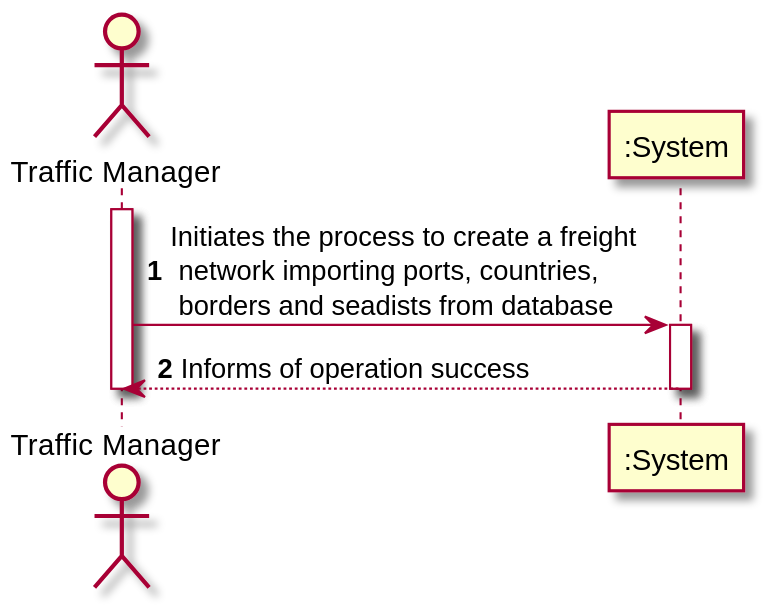
Above: docs/US301/US301_SSD.svg in 0franciscor/lapr3-2021-g042 (PlantUML), before the change. Source of this version:
```plantuml
@startuml

autonumber
actor "Traffic Manager" as TM


activate TM
TM -> ":System" : Initiates the process to create a freight \n network importing ports, countries,\n borders and seadists from database
activate ":System"

":System" --> TM : Informs of operation success
deactivate ":System"

deactivate TM

@enduml
```
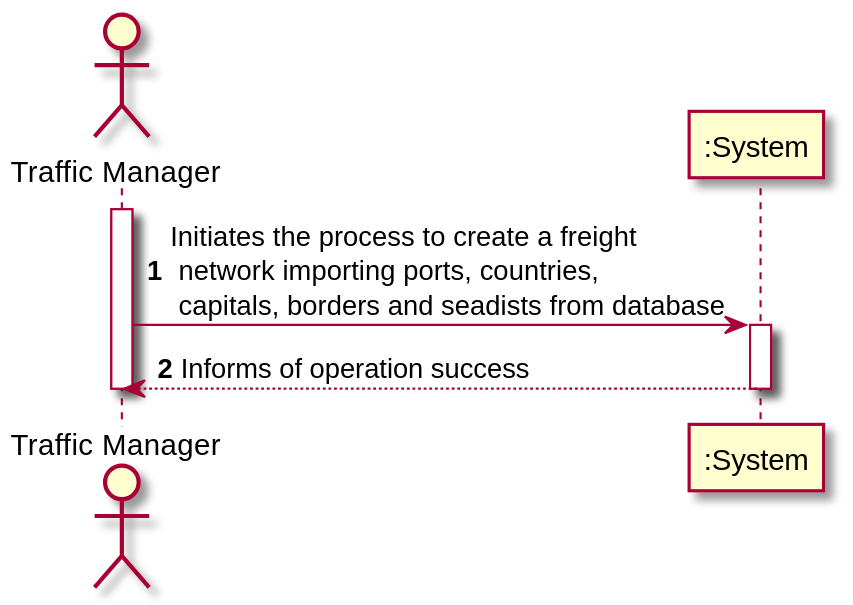
The same diagram one commit later.

What changed in the source:
```diff
@@ -5,7 +5,7 @@
 
 
 activate TM
-TM -> ":System" : Initiates the process to create a freight \n network importing ports, countries,\n borders and seadists from database
+TM -> ":System" : Initiates the process to create a freight \n network importing ports, countries,\n capitals, borders and seadists from database
 activate ":System"
 
 ":System" --> TM : Informs of operation success
```
